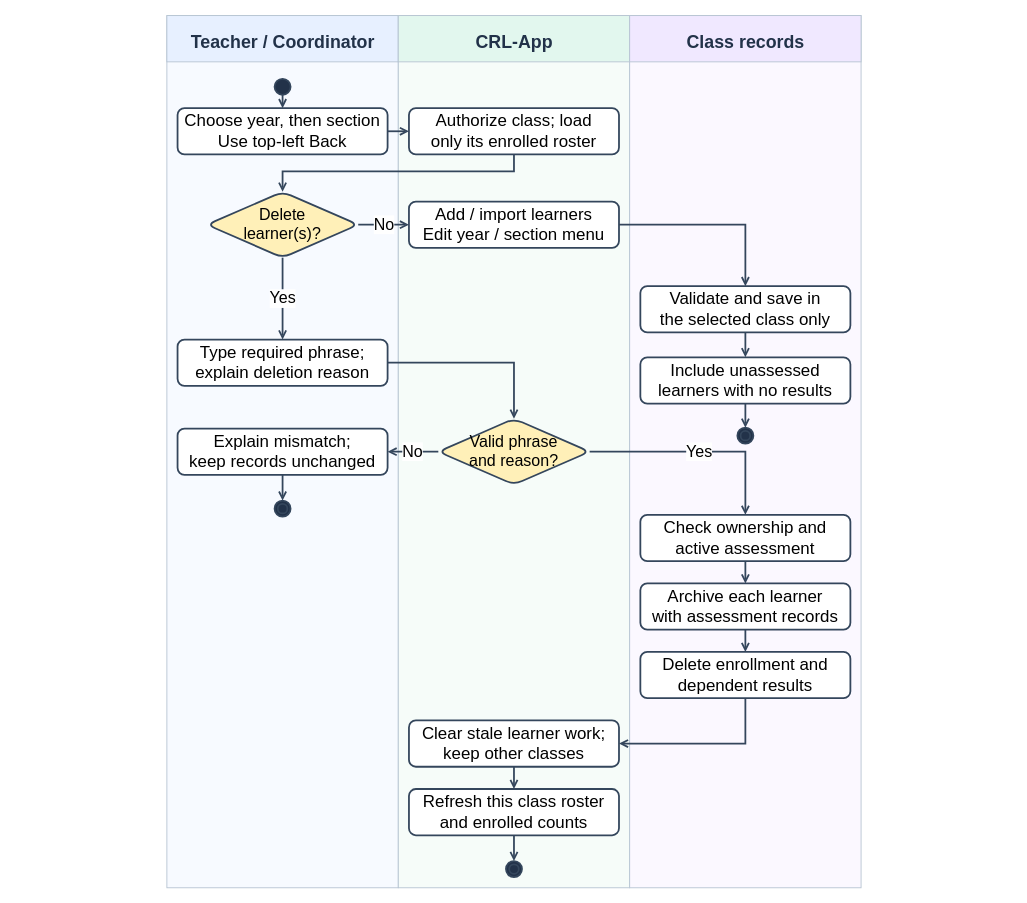
This is docs/diagrams/class-workspaces/figure-15-class-management.drawio from AkuSayangKamuJudaSayang/crl-app, a draw.io file, before an edit. Source tidied: cells renumbered, new cells numbered last; positions are measured from the earlier drawing's top-left corner, leaving out a move shared by most shapes. Both pictures are drawn from the tidied source at 89%, with x=0, y=0 at pixel (15, 15).
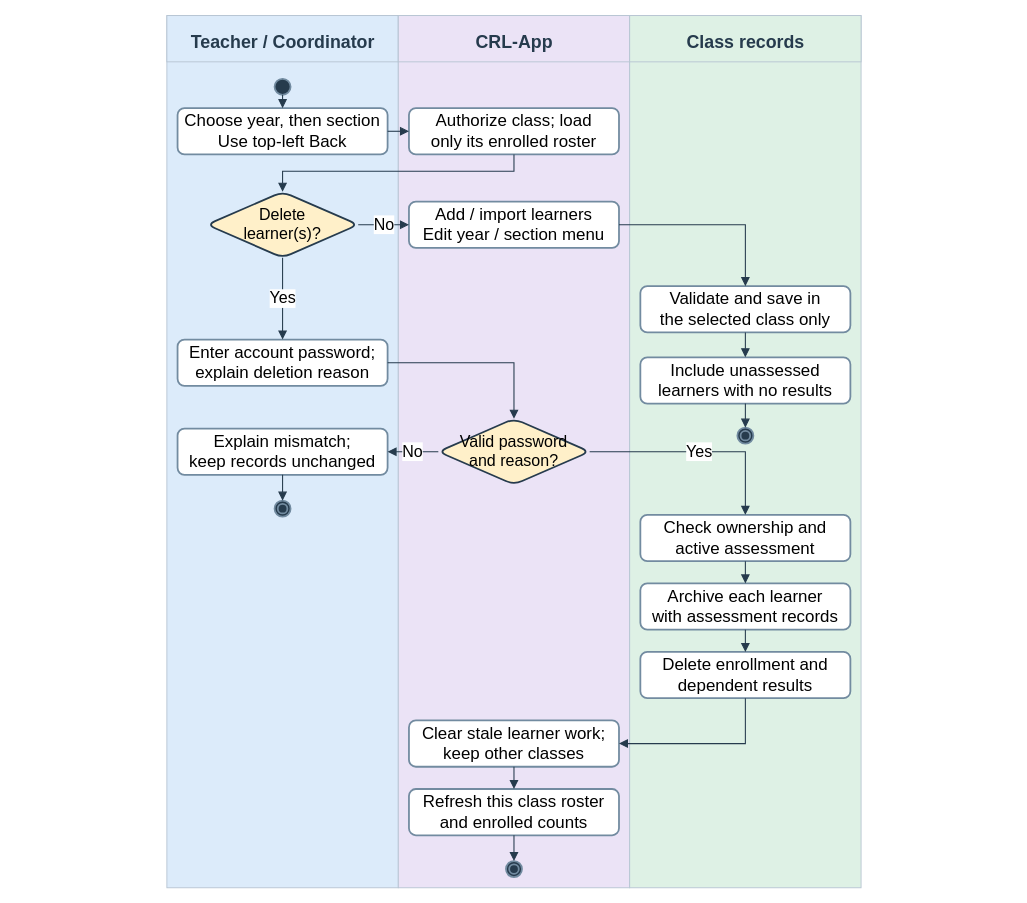
After the change.

The edit, as a diff of the source:
```diff
@@
-    <mxCell id="2" style="rounded=0;fillColor=#f7faff;strokeColor=#b6c4d2;" parent="1" vertex="1">
+    <mxCell id="2" style="rounded=0;fillColor=#dcebfa;strokeColor=#b6c4d2;" parent="1" vertex="1">
       <mxGeometry x="170" width="260" height="980" as="geometry" />
     </mxCell>
-    <mxCell id="3" style="rounded=0;fillColor=#e7f0ff;strokeColor=#b6c4d2;" parent="1" vertex="1">
+    <mxCell id="3" style="rounded=0;fillColor=#dcebfa;strokeColor=#b6c4d2;" parent="1" vertex="1">
       <mxGeometry x="170" width="260" height="52" as="geometry" />
     </mxCell>
-    <mxCell id="4" value="Teacher / Coordinator" style="text;html=1;align=center;verticalAlign=top;fontSize=20;fontColor=#223249;fontStyle=1;strokeColor=none;fillColor=none;" parent="1" vertex="1">
+    <mxCell id="4" value="Teacher / Coordinator" style="text;html=1;fontFamily=Arial;align=center;verticalAlign=top;fontSize=20;fontColor=#263b4d;fontStyle=1;strokeColor=none;fillColor=none;" parent="1" vertex="1">
       <mxGeometry y="11" width="600" height="24" as="geometry" />
     </mxCell>
-    <mxCell id="5" style="rounded=0;fillColor=#f6fcf9;strokeColor=#b6c4d2;" parent="1" vertex="1">
+    <mxCell id="5" style="rounded=0;fillColor=#ebe3f6;strokeColor=#b6c4d2;" parent="1" vertex="1">
       <mxGeometry x="430" width="260" height="980" as="geometry" />
     </mxCell>
-    <mxCell id="6" style="rounded=0;fillColor=#e2f7ee;strokeColor=#b6c4d2;" parent="1" vertex="1">
+    <mxCell id="6" style="rounded=0;fillColor=#ebe3f6;strokeColor=#b6c4d2;" parent="1" vertex="1">
       <mxGeometry x="430" width="260" height="52" as="geometry" />
     </mxCell>
-    <mxCell id="7" value="CRL-App" style="text;html=1;align=center;verticalAlign=top;fontSize=20;fontColor=#223249;fontStyle=1;strokeColor=none;fillColor=none;" parent="1" vertex="1">
+    <mxCell id="7" value="CRL-App" style="text;html=1;fontFamily=Arial;align=center;verticalAlign=top;fontSize=20;fontColor=#263b4d;fontStyle=1;strokeColor=none;fillColor=none;" parent="1" vertex="1">
       <mxGeometry x="260" y="11" width="600" height="24" as="geometry" />
     </mxCell>
-    <mxCell id="8" style="rounded=0;fillColor=#fbf8ff;strokeColor=#b6c4d2;" parent="1" vertex="1">
+    <mxCell id="8" style="rounded=0;fillColor=#def1e5;strokeColor=#b6c4d2;" parent="1" vertex="1">
       <mxGeometry x="690" width="260" height="980" as="geometry" />
     </mxCell>
-    <mxCell id="9" style="rounded=0;fillColor=#f0e8ff;strokeColor=#b6c4d2;" parent="1" vertex="1">
+    <mxCell id="9" style="rounded=0;fillColor=#def1e5;strokeColor=#b6c4d2;" parent="1" vertex="1">
       <mxGeometry x="690" width="260" height="52" as="geometry" />
     </mxCell>
-    <mxCell id="10" value="Class records" style="text;html=1;align=center;verticalAlign=top;fontSize=20;fontColor=#223249;fontStyle=1;strokeColor=none;fillColor=none;" parent="1" vertex="1">
+    <mxCell id="10" value="Class records" style="text;html=1;fontFamily=Arial;align=center;verticalAlign=top;fontSize=20;fontColor=#263b4d;fontStyle=1;strokeColor=none;fillColor=none;" parent="1" vertex="1">
       <mxGeometry x="520" y="11" width="600" height="24" as="geometry" />
     </mxCell>
-    <mxCell id="11" style="rounded=1;whiteSpace=wrap;html=1;fillColor=#ffffff;strokeColor=#34465c;strokeWidth=2;fontSize=19;shape=ellipse;fillColor=#223249;" parent="1" vertex="1">
+    <mxCell id="11" style="rounded=1;whiteSpace=wrap;html=1;fontFamily=Arial;fillColor=#ffffff;strokeColor=#728ba0;strokeWidth=2;fontSize=19;shape=ellipse;fillColor=#263b4d;" parent="1" vertex="1">
       <mxGeometry x="291" y="71" width="18" height="18" as="geometry" />
     </mxCell>
-    <mxCell id="12" value="Choose year, then section&lt;br&gt;Use top-left Back" style="rounded=1;whiteSpace=wrap;html=1;fillColor=#ffffff;strokeColor=#34465c;strokeWidth=2;fontSize=19;" parent="1" vertex="1">
+    <mxCell id="12" value="Choose year, then section&lt;br&gt;Use top-left Back" style="rounded=1;whiteSpace=wrap;html=1;fontFamily=Arial;fillColor=#ffffff;strokeColor=#728ba0;strokeWidth=2;fontSize=19;" parent="1" vertex="1">
       <mxGeometry x="182" y="104" width="236" height="52" as="geometry" />
     </mxCell>
-    <mxCell id="13" value="Authorize class; load&lt;br&gt;only its enrolled roster" style="rounded=1;whiteSpace=wrap;html=1;fillColor=#ffffff;strokeColor=#34465c;strokeWidth=2;fontSize=19;" parent="1" vertex="1">
+    <mxCell id="13" value="Authorize class; load&lt;br&gt;only its enrolled roster" style="rounded=1;whiteSpace=wrap;html=1;fontFamily=Arial;fillColor=#ffffff;strokeColor=#728ba0;strokeWidth=2;fontSize=19;" parent="1" vertex="1">
       <mxGeometry x="442" y="104" width="236" height="52" as="geometry" />
     </mxCell>
-    <mxCell id="14" value="Delete&lt;br&gt;learner(s)?" style="rounded=1;whiteSpace=wrap;html=1;fillColor=#ffffff;strokeColor=#34465c;strokeWidth=2;fontSize=19;shape=rhombus;fillColor=#fff0b8;fontSize=18;" parent="1" vertex="1">
+    <mxCell id="14" value="Delete&lt;br&gt;learner(s)?" style="rounded=1;whiteSpace=wrap;html=1;fontFamily=Arial;fillColor=#ffffff;strokeColor=#728ba0;strokeWidth=2;fontSize=19;shape=rhombus;strokeColor=#263b4d;fillColor=#fff0c9;fontSize=18;" parent="1" vertex="1">
       <mxGeometry x="215" y="198" width="170" height="74" as="geometry" />
     </mxCell>
-    <mxCell id="15" value="Add / import learners&lt;br&gt;Edit year / section menu" style="rounded=1;whiteSpace=wrap;html=1;fillColor=#ffffff;strokeColor=#34465c;strokeWidth=2;fontSize=19;" parent="1" vertex="1">
+    <mxCell id="15" value="Add / import learners&lt;br&gt;Edit year / section menu" style="rounded=1;whiteSpace=wrap;html=1;fontFamily=Arial;fillColor=#ffffff;strokeColor=#728ba0;strokeWidth=2;fontSize=19;" parent="1" vertex="1">
       <mxGeometry x="442" y="209" width="236" height="52" as="geometry" />
     </mxCell>
-    <mxCell id="16" value="Validate and save in&lt;br&gt;the selected class only" style="rounded=1;whiteSpace=wrap;html=1;fillColor=#ffffff;strokeColor=#34465c;strokeWidth=2;fontSize=19;" parent="1" vertex="1">
+    <mxCell id="16" value="Validate and save in&lt;br&gt;the selected class only" style="rounded=1;whiteSpace=wrap;html=1;fontFamily=Arial;fillColor=#ffffff;strokeColor=#728ba0;strokeWidth=2;fontSize=19;" parent="1" vertex="1">
       <mxGeometry x="702" y="304" width="236" height="52" as="geometry" />
     </mxCell>
-    <mxCell id="17" value="Include unassessed&lt;br&gt;learners with no results" style="rounded=1;whiteSpace=wrap;html=1;fillColor=#ffffff;strokeColor=#34465c;strokeWidth=2;fontSize=19;" parent="1" vertex="1">
+    <mxCell id="17" value="Include unassessed&lt;br&gt;learners with no results" style="rounded=1;whiteSpace=wrap;html=1;fontFamily=Arial;fillColor=#ffffff;strokeColor=#728ba0;strokeWidth=2;fontSize=19;" parent="1" vertex="1">
       <mxGeometry x="702" y="384" width="236" height="52" as="geometry" />
     </mxCell>
-    <mxCell id="18" style="rounded=1;whiteSpace=wrap;html=1;fillColor=#ffffff;strokeColor=#34465c;strokeWidth=2;fontSize=19;shape=doubleEllipse;fillColor=#223249;" parent="1" vertex="1">
+    <mxCell id="18" style="rounded=1;whiteSpace=wrap;html=1;fontFamily=Arial;fillColor=#ffffff;strokeColor=#728ba0;strokeWidth=2;fontSize=19;shape=doubleEllipse;fillColor=#263b4d;" parent="1" vertex="1">
       <mxGeometry x="811" y="463" width="18" height="18" as="geometry" />
     </mxCell>
-    <mxCell id="19" value="Type required phrase;&lt;br&gt;explain deletion reason" style="rounded=1;whiteSpace=wrap;html=1;fillColor=#ffffff;strokeColor=#34465c;strokeWidth=2;fontSize=19;" parent="1" vertex="1">
+    <mxCell id="19" value="Enter account password;&lt;br&gt;explain deletion reason" style="rounded=1;whiteSpace=wrap;html=1;fontFamily=Arial;fillColor=#ffffff;strokeColor=#728ba0;strokeWidth=2;fontSize=19;" parent="1" vertex="1">
       <mxGeometry x="182" y="364" width="236" height="52" as="geometry" />
     </mxCell>
-    <mxCell id="20" value="Valid phrase&lt;br&gt;and reason?" style="rounded=1;whiteSpace=wrap;html=1;fillColor=#ffffff;strokeColor=#34465c;strokeWidth=2;fontSize=19;shape=rhombus;fillColor=#fff0b8;fontSize=18;" parent="1" vertex="1">
+    <mxCell id="20" value="Valid password&lt;br&gt;and reason?" style="rounded=1;whiteSpace=wrap;html=1;fontFamily=Arial;fillColor=#ffffff;strokeColor=#728ba0;strokeWidth=2;fontSize=19;shape=rhombus;strokeColor=#263b4d;fillColor=#fff0c9;fontSize=18;" parent="1" vertex="1">
       <mxGeometry x="475" y="453" width="170" height="74" as="geometry" />
     </mxCell>
-    <mxCell id="21" value="Explain mismatch;&lt;br&gt;keep records unchanged" style="rounded=1;whiteSpace=wrap;html=1;fillColor=#ffffff;strokeColor=#34465c;strokeWidth=2;fontSize=19;" parent="1" vertex="1">
+    <mxCell id="21" value="Explain mismatch;&lt;br&gt;keep records unchanged" style="rounded=1;whiteSpace=wrap;html=1;fontFamily=Arial;fillColor=#ffffff;strokeColor=#728ba0;strokeWidth=2;fontSize=19;" parent="1" vertex="1">
       <mxGeometry x="182" y="464" width="236" height="52" as="geometry" />
     </mxCell>
-    <mxCell id="22" style="rounded=1;whiteSpace=wrap;html=1;fillColor=#ffffff;strokeColor=#34465c;strokeWidth=2;fontSize=19;shape=doubleEllipse;fillColor=#223249;" parent="1" vertex="1">
+    <mxCell id="22" style="rounded=1;whiteSpace=wrap;html=1;fontFamily=Arial;fillColor=#ffffff;strokeColor=#728ba0;strokeWidth=2;fontSize=19;shape=doubleEllipse;fillColor=#263b4d;" parent="1" vertex="1">
       <mxGeometry x="291" y="545" width="18" height="18" as="geometry" />
     </mxCell>
-    <mxCell id="23" value="Check ownership and&lt;br&gt;active assessment" style="rounded=1;whiteSpace=wrap;html=1;fillColor=#ffffff;strokeColor=#34465c;strokeWidth=2;fontSize=19;" parent="1" vertex="1">
+    <mxCell id="23" value="Check ownership and&lt;br&gt;active assessment" style="rounded=1;whiteSpace=wrap;html=1;fontFamily=Arial;fillColor=#ffffff;strokeColor=#728ba0;strokeWidth=2;fontSize=19;" parent="1" vertex="1">
       <mxGeometry x="702" y="561" width="236" height="52" as="geometry" />
     </mxCell>
-    <mxCell id="24" value="Archive each learner&lt;br&gt;with assessment records" style="rounded=1;whiteSpace=wrap;html=1;fillColor=#ffffff;strokeColor=#34465c;strokeWidth=2;fontSize=19;" parent="1" vertex="1">
+    <mxCell id="24" value="Archive each learner&lt;br&gt;with assessment records" style="rounded=1;whiteSpace=wrap;html=1;fontFamily=Arial;fillColor=#ffffff;strokeColor=#728ba0;strokeWidth=2;fontSize=19;" parent="1" vertex="1">
       <mxGeometry x="702" y="638" width="236" height="52" as="geometry" />
     </mxCell>
-    <mxCell id="25" value="Delete enrollment and&lt;br&gt;dependent results" style="rounded=1;whiteSpace=wrap;html=1;fillColor=#ffffff;strokeColor=#34465c;strokeWidth=2;fontSize=19;" parent="1" vertex="1">
+    <mxCell id="25" value="Delete enrollment and&lt;br&gt;dependent results" style="rounded=1;whiteSpace=wrap;html=1;fontFamily=Arial;fillColor=#ffffff;strokeColor=#728ba0;strokeWidth=2;fontSize=19;" parent="1" vertex="1">
       <mxGeometry x="702" y="715" width="236" height="52" as="geometry" />
     </mxCell>
-    <mxCell id="26" value="Clear stale learner work;&lt;br&gt;keep other classes" style="rounded=1;whiteSpace=wrap;html=1;fillColor=#ffffff;strokeColor=#34465c;strokeWidth=2;fontSize=19;" parent="1" vertex="1">
+    <mxCell id="26" value="Clear stale learner work;&lt;br&gt;keep other classes" style="rounded=1;whiteSpace=wrap;html=1;fontFamily=Arial;fillColor=#ffffff;strokeColor=#728ba0;strokeWidth=2;fontSize=19;" parent="1" vertex="1">
       <mxGeometry x="442" y="792" width="236" height="52" as="geometry" />
     </mxCell>
-    <mxCell id="27" value="Refresh this class roster&lt;br&gt;and enrolled counts" style="rounded=1;whiteSpace=wrap;html=1;fillColor=#ffffff;strokeColor=#34465c;strokeWidth=2;fontSize=19;" parent="1" vertex="1">
+    <mxCell id="27" value="Refresh this class roster&lt;br&gt;and enrolled counts" style="rounded=1;whiteSpace=wrap;html=1;fontFamily=Arial;fillColor=#ffffff;strokeColor=#728ba0;strokeWidth=2;fontSize=19;" parent="1" vertex="1">
       <mxGeometry x="442" y="869" width="236" height="52" as="geometry" />
     </mxCell>
-    <mxCell id="28" style="rounded=1;whiteSpace=wrap;html=1;fillColor=#ffffff;strokeColor=#34465c;strokeWidth=2;fontSize=19;shape=doubleEllipse;fillColor=#223249;" parent="1" vertex="1">
+    <mxCell id="28" style="rounded=1;whiteSpace=wrap;html=1;fontFamily=Arial;fillColor=#ffffff;strokeColor=#728ba0;strokeWidth=2;fontSize=19;shape=doubleEllipse;fillColor=#263b4d;" parent="1" vertex="1">
       <mxGeometry x="551" y="950" width="18" height="18" as="geometry" />
     </mxCell>
-    <mxCell id="29" style="edgeStyle=orthogonalEdgeStyle;rounded=0;html=1;endArrow=open;strokeColor=#34465c;strokeWidth=2;exitX=0.5;exitY=1;entryX=0.5;entryY=0;fontSize=18;labelBackgroundColor=#ffffff;" parent="1" edge="1" source="11" target="12">
+    <mxCell id="29" style="edgeStyle=orthogonalEdgeStyle;rounded=0;html=1;endArrow=block;endFill=1;endSize=7;strokeColor=#263b4d;strokeWidth=1.2;exitX=0.5;exitY=1;entryX=0.5;entryY=0;fontSize=18;labelBackgroundColor=#ffffff;" parent="1" edge="1" source="11" target="12">
       <mxGeometry relative="1" as="geometry" />
     </mxCell>
-    <mxCell id="30" style="edgeStyle=orthogonalEdgeStyle;rounded=0;html=1;endArrow=open;strokeColor=#34465c;strokeWidth=2;exitX=1;exitY=0.5;entryX=0;entryY=0.5;fontSize=18;labelBackgroundColor=#ffffff;" parent="1" edge="1" source="12" target="13">
+    <mxCell id="30" style="edgeStyle=orthogonalEdgeStyle;rounded=0;html=1;endArrow=block;endFill=1;endSize=7;strokeColor=#263b4d;strokeWidth=1.2;exitX=1;exitY=0.5;entryX=0;entryY=0.5;fontSize=18;labelBackgroundColor=#ffffff;" parent="1" edge="1" source="12" target="13">
       <mxGeometry relative="1" as="geometry" />
     </mxCell>
-    <mxCell id="31" style="edgeStyle=orthogonalEdgeStyle;rounded=0;html=1;endArrow=open;strokeColor=#34465c;strokeWidth=2;exitX=0.5;exitY=1;entryX=0.5;entryY=0;fontSize=18;labelBackgroundColor=#ffffff;" parent="1" edge="1" source="13" target="14">
+    <mxCell id="31" style="edgeStyle=orthogonalEdgeStyle;rounded=0;html=1;endArrow=block;endFill=1;endSize=7;strokeColor=#263b4d;strokeWidth=1.2;exitX=0.5;exitY=1;entryX=0.5;entryY=0;fontSize=18;labelBackgroundColor=#ffffff;" parent="1" edge="1" source="13" target="14">
       <mxGeometry relative="1" as="geometry">
         <Array as="points">
           <mxPoint x="560" y="175" />
           <mxPoint x="300" y="175" />
         </Array>
       </mxGeometry>
     </mxCell>
-    <mxCell id="32" value="No" style="edgeStyle=orthogonalEdgeStyle;rounded=0;html=1;endArrow=open;strokeColor=#34465c;strokeWidth=2;exitX=1;exitY=0.5;entryX=0;entryY=0.5;fontSize=18;labelBackgroundColor=#ffffff;" parent="1" edge="1" source="14" target="15">
+    <mxCell id="32" value="No" style="edgeStyle=orthogonalEdgeStyle;rounded=0;html=1;endArrow=block;endFill=1;endSize=7;strokeColor=#263b4d;strokeWidth=1.2;exitX=1;exitY=0.5;entryX=0;entryY=0.5;fontSize=18;labelBackgroundColor=#ffffff;" parent="1" edge="1" source="14" target="15">
       <mxGeometry relative="1" as="geometry" />
     </mxCell>
-    <mxCell id="33" style="edgeStyle=orthogonalEdgeStyle;rounded=0;html=1;endArrow=open;strokeColor=#34465c;strokeWidth=2;exitX=1;exitY=0.5;entryX=0.5;entryY=0;fontSize=18;labelBackgroundColor=#ffffff;" parent="1" edge="1" source="15" target="16">
+    <mxCell id="33" style="edgeStyle=orthogonalEdgeStyle;rounded=0;html=1;endArrow=block;endFill=1;endSize=7;strokeColor=#263b4d;strokeWidth=1.2;exitX=1;exitY=0.5;entryX=0.5;entryY=0;fontSize=18;labelBackgroundColor=#ffffff;" parent="1" edge="1" source="15" target="16">
       <mxGeometry relative="1" as="geometry">
         <Array as="points">
           <mxPoint x="820" y="235" />
         </Array>
       </mxGeometry>
     </mxCell>
-    <mxCell id="34" style="edgeStyle=orthogonalEdgeStyle;rounded=0;html=1;endArrow=open;strokeColor=#34465c;strokeWidth=2;exitX=0.5;exitY=1;entryX=0.5;entryY=0;fontSize=18;labelBackgroundColor=#ffffff;" parent="1" edge="1" source="16" target="17">
+    <mxCell id="34" style="edgeStyle=orthogonalEdgeStyle;rounded=0;html=1;endArrow=block;endFill=1;endSize=7;strokeColor=#263b4d;strokeWidth=1.2;exitX=0.5;exitY=1;entryX=0.5;entryY=0;fontSize=18;labelBackgroundColor=#ffffff;" parent="1" edge="1" source="16" target="17">
       <mxGeometry relative="1" as="geometry" />
     </mxCell>
-    <mxCell id="35" style="edgeStyle=orthogonalEdgeStyle;rounded=0;html=1;endArrow=open;strokeColor=#34465c;strokeWidth=2;exitX=0.5;exitY=1;entryX=0.5;entryY=0;fontSize=18;labelBackgroundColor=#ffffff;" parent="1" edge="1" source="17" target="18">
+    <mxCell id="35" style="edgeStyle=orthogonalEdgeStyle;rounded=0;html=1;endArrow=block;endFill=1;endSize=7;strokeColor=#263b4d;strokeWidth=1.2;exitX=0.5;exitY=1;entryX=0.5;entryY=0;fontSize=18;labelBackgroundColor=#ffffff;" parent="1" edge="1" source="17" target="18">
       <mxGeometry relative="1" as="geometry" />
     </mxCell>
-    <mxCell id="36" value="Yes" style="edgeStyle=orthogonalEdgeStyle;rounded=0;html=1;endArrow=open;strokeColor=#34465c;strokeWidth=2;exitX=0.5;exitY=1;entryX=0.5;entryY=0;fontSize=18;labelBackgroundColor=#ffffff;" parent="1" edge="1" source="14" target="19">
+    <mxCell id="36" value="Yes" style="edgeStyle=orthogonalEdgeStyle;rounded=0;html=1;endArrow=block;endFill=1;endSize=7;strokeColor=#263b4d;strokeWidth=1.2;exitX=0.5;exitY=1;entryX=0.5;entryY=0;fontSize=18;labelBackgroundColor=#ffffff;" parent="1" edge="1" source="14" target="19">
       <mxGeometry relative="1" as="geometry" />
     </mxCell>
-    <mxCell id="37" style="edgeStyle=orthogonalEdgeStyle;rounded=0;html=1;endArrow=open;strokeColor=#34465c;strokeWidth=2;exitX=1;exitY=0.5;entryX=0.5;entryY=0;fontSize=18;labelBackgroundColor=#ffffff;" parent="1" edge="1" source="19" target="20">
+    <mxCell id="37" style="edgeStyle=orthogonalEdgeStyle;rounded=0;html=1;endArrow=block;endFill=1;endSize=7;strokeColor=#263b4d;strokeWidth=1.2;exitX=1;exitY=0.5;entryX=0.5;entryY=0;fontSize=18;labelBackgroundColor=#ffffff;" parent="1" edge="1" source="19" target="20">
       <mxGeometry relative="1" as="geometry">
         <Array as="points">
           <mxPoint x="560" y="390" />
         </Array>
       </mxGeometry>
     </mxCell>
-    <mxCell id="38" value="No" style="edgeStyle=orthogonalEdgeStyle;rounded=0;html=1;endArrow=open;strokeColor=#34465c;strokeWidth=2;exitX=0;exitY=0.5;entryX=1;entryY=0.5;fontSize=18;labelBackgroundColor=#ffffff;" parent="1" edge="1" source="20" target="21">
+    <mxCell id="38" value="No" style="edgeStyle=orthogonalEdgeStyle;rounded=0;html=1;endArrow=block;endFill=1;endSize=7;strokeColor=#263b4d;strokeWidth=1.2;exitX=0;exitY=0.5;entryX=1;entryY=0.5;fontSize=18;labelBackgroundColor=#ffffff;" parent="1" edge="1" source="20" target="21">
       <mxGeometry relative="1" as="geometry" />
     </mxCell>
-    <mxCell id="39" style="edgeStyle=orthogonalEdgeStyle;rounded=0;html=1;endArrow=open;strokeColor=#34465c;strokeWidth=2;exitX=0.5;exitY=1;entryX=0.5;entryY=0;fontSize=18;labelBackgroundColor=#ffffff;" parent="1" edge="1" source="21" target="22">
+    <mxCell id="39" style="edgeStyle=orthogonalEdgeStyle;rounded=0;html=1;endArrow=block;endFill=1;endSize=7;strokeColor=#263b4d;strokeWidth=1.2;exitX=0.5;exitY=1;entryX=0.5;entryY=0;fontSize=18;labelBackgroundColor=#ffffff;" parent="1" edge="1" source="21" target="22">
       <mxGeometry relative="1" as="geometry" />
     </mxCell>
-    <mxCell id="40" value="Yes" style="edgeStyle=orthogonalEdgeStyle;rounded=0;html=1;endArrow=open;strokeColor=#34465c;strokeWidth=2;exitX=1;exitY=0.5;entryX=0.5;entryY=0;fontSize=18;labelBackgroundColor=#ffffff;" parent="1" edge="1" source="20" target="23">
+    <mxCell id="40" value="Yes" style="edgeStyle=orthogonalEdgeStyle;rounded=0;html=1;endArrow=block;endFill=1;endSize=7;strokeColor=#263b4d;strokeWidth=1.2;exitX=1;exitY=0.5;entryX=0.5;entryY=0;fontSize=18;labelBackgroundColor=#ffffff;" parent="1" edge="1" source="20" target="23">
       <mxGeometry relative="1" as="geometry">
         <Array as="points">
           <mxPoint x="820" y="490" />
         </Array>
       </mxGeometry>
     </mxCell>
-    <mxCell id="41" style="edgeStyle=orthogonalEdgeStyle;rounded=0;html=1;endArrow=open;strokeColor=#34465c;strokeWidth=2;exitX=0.5;exitY=1;entryX=0.5;entryY=0;fontSize=18;labelBackgroundColor=#ffffff;" parent="1" edge="1" source="23" target="24">
+    <mxCell id="41" style="edgeStyle=orthogonalEdgeStyle;rounded=0;html=1;endArrow=block;endFill=1;endSize=7;strokeColor=#263b4d;strokeWidth=1.2;exitX=0.5;exitY=1;entryX=0.5;entryY=0;fontSize=18;labelBackgroundColor=#ffffff;" parent="1" edge="1" source="23" target="24">
       <mxGeometry relative="1" as="geometry" />
     </mxCell>
-    <mxCell id="42" style="edgeStyle=orthogonalEdgeStyle;rounded=0;html=1;endArrow=open;strokeColor=#34465c;strokeWidth=2;exitX=0.5;exitY=1;entryX=0.5;entryY=0;fontSize=18;labelBackgroundColor=#ffffff;" parent="1" edge="1" source="24" target="25">
+    <mxCell id="42" style="edgeStyle=orthogonalEdgeStyle;rounded=0;html=1;endArrow=block;endFill=1;endSize=7;strokeColor=#263b4d;strokeWidth=1.2;exitX=0.5;exitY=1;entryX=0.5;entryY=0;fontSize=18;labelBackgroundColor=#ffffff;" parent="1" edge="1" source="24" target="25">
       <mxGeometry relative="1" as="geometry" />
     </mxCell>
-    <mxCell id="43" style="edgeStyle=orthogonalEdgeStyle;rounded=0;html=1;endArrow=open;strokeColor=#34465c;strokeWidth=2;exitX=0.5;exitY=1;entryX=1;entryY=0.5;fontSize=18;labelBackgroundColor=#ffffff;" parent="1" edge="1" source="25" target="26">
+    <mxCell id="43" style="edgeStyle=orthogonalEdgeStyle;rounded=0;html=1;endArrow=block;endFill=1;endSize=7;strokeColor=#263b4d;strokeWidth=1.2;exitX=0.5;exitY=1;entryX=1;entryY=0.5;fontSize=18;labelBackgroundColor=#ffffff;" parent="1" edge="1" source="25" target="26">
       <mxGeometry relative="1" as="geometry">
         <Array as="points">
           <mxPoint x="820" y="818" />
         </Array>
       </mxGeometry>
     </mxCell>
-    <mxCell id="44" style="edgeStyle=orthogonalEdgeStyle;rounded=0;html=1;endArrow=open;strokeColor=#34465c;strokeWidth=2;exitX=0.5;exitY=1;entryX=0.5;entryY=0;fontSize=18;labelBackgroundColor=#ffffff;" parent="1" edge="1" source="26" target="27">
+    <mxCell id="44" style="edgeStyle=orthogonalEdgeStyle;rounded=0;html=1;endArrow=block;endFill=1;endSize=7;strokeColor=#263b4d;strokeWidth=1.2;exitX=0.5;exitY=1;entryX=0.5;entryY=0;fontSize=18;labelBackgroundColor=#ffffff;" parent="1" edge="1" source="26" target="27">
       <mxGeometry relative="1" as="geometry" />
     </mxCell>
-    <mxCell id="45" style="edgeStyle=orthogonalEdgeStyle;rounded=0;html=1;endArrow=open;strokeColor=#34465c;strokeWidth=2;exitX=0.5;exitY=1;entryX=0.5;entryY=0;fontSize=18;labelBackgroundColor=#ffffff;" parent="1" edge="1" source="27" target="28">
+    <mxCell id="45" style="edgeStyle=orthogonalEdgeStyle;rounded=0;html=1;endArrow=block;endFill=1;endSize=7;strokeColor=#263b4d;strokeWidth=1.2;exitX=0.5;exitY=1;entryX=0.5;entryY=0;fontSize=18;labelBackgroundColor=#ffffff;" parent="1" edge="1" source="27" target="28">
       <mxGeometry relative="1" as="geometry" />
     </mxCell>
```
